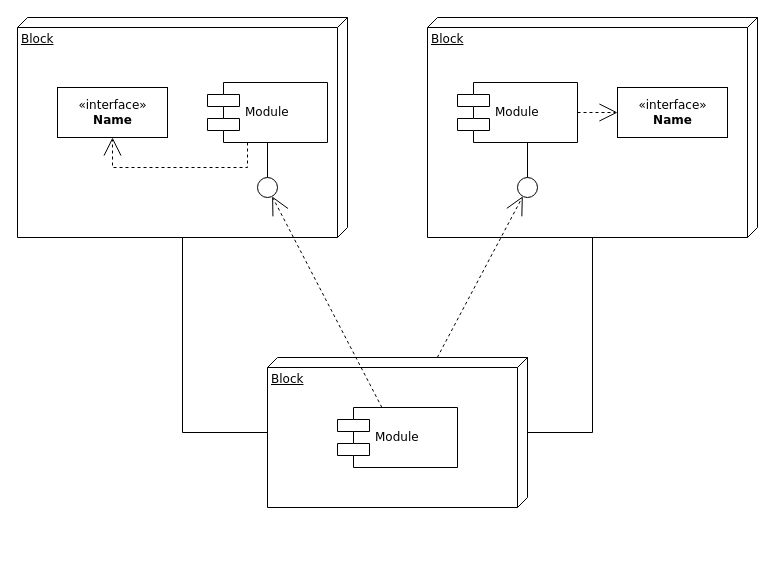
Before: Distribuidos.drawio in earojas06/propiedadhorizontalucc, a draw.io diagram. Source tidied: cells renumbered, new cells numbered last; positions are measured from the earlier drawing's top-left corner, leaving out a move shared by most shapes. Both pictures are drawn from the tidied source at 100%, with x=0, y=0 at pixel (17, 17).
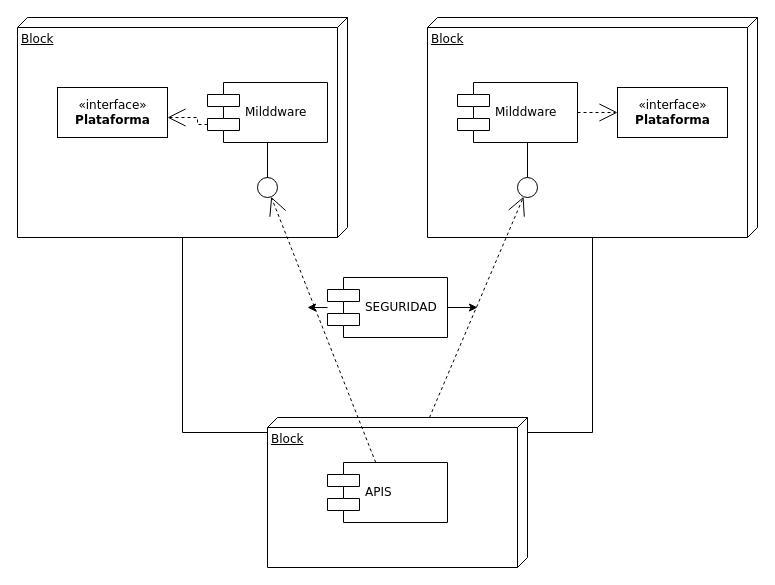
The same page after the edit.

The edit, as a diff of the source:
```diff
@@
     <mxCell id="4" value="Block" style="verticalAlign=top;align=left;spacingTop=8;spacingLeft=2;spacingRight=12;shape=cube;size=10;direction=south;fontStyle=4;html=1;rounded=0;shadow=0;comic=0;labelBackgroundColor=none;strokeWidth=1;fontFamily=Verdana;fontSize=12;" parent="1" vertex="1">
-      <mxGeometry x="250" y="340" width="260" height="150" as="geometry" />
+      <mxGeometry x="250" y="400" width="260" height="150" as="geometry" />
     </mxCell>
-    <mxCell id="5" value="&amp;laquo;interface&amp;raquo;&lt;br&gt;&lt;b&gt;Name&lt;/b&gt;" style="html=1;rounded=0;shadow=0;comic=0;labelBackgroundColor=none;strokeWidth=1;fontFamily=Verdana;fontSize=12;align=center;" parent="1" vertex="1">
+    <mxCell id="5" value="«interface»&lt;br&gt;&lt;b&gt;Plataforma&lt;/b&gt;" style="html=1;rounded=0;shadow=0;comic=0;labelBackgroundColor=none;strokeWidth=1;fontFamily=Verdana;fontSize=12;align=center;" parent="1" vertex="1">
       <mxGeometry x="40" y="70" width="110" height="50" as="geometry" />
     </mxCell>
-    <mxCell id="6" value="Module" style="shape=component;align=left;spacingLeft=36;rounded=0;shadow=0;comic=0;labelBackgroundColor=none;strokeWidth=1;fontFamily=Verdana;fontSize=12;html=1;" parent="1" vertex="1">
+    <mxCell id="6" value="Milddware" style="shape=component;align=left;spacingLeft=36;rounded=0;shadow=0;comic=0;labelBackgroundColor=none;strokeWidth=1;fontFamily=Verdana;fontSize=12;html=1;" parent="1" vertex="1">
       <mxGeometry x="190" y="65" width="120" height="60" as="geometry" />
     </mxCell>
@@
-    <mxCell id="8" value="Module" style="shape=component;align=left;spacingLeft=36;rounded=0;shadow=0;comic=0;labelBackgroundColor=none;strokeWidth=1;fontFamily=Verdana;fontSize=12;html=1;" parent="1" vertex="1">
+    <mxCell id="8" value="Milddware" style="shape=component;align=left;spacingLeft=36;rounded=0;shadow=0;comic=0;labelBackgroundColor=none;strokeWidth=1;fontFamily=Verdana;fontSize=12;html=1;" parent="1" vertex="1">
       <mxGeometry x="440" y="65" width="120" height="60" as="geometry" />
     </mxCell>
-    <mxCell id="9" value="&amp;laquo;interface&amp;raquo;&lt;br&gt;&lt;b&gt;Name&lt;/b&gt;" style="html=1;rounded=0;shadow=0;comic=0;labelBackgroundColor=none;strokeWidth=1;fontFamily=Verdana;fontSize=12;align=center;" parent="1" vertex="1">
+    <mxCell id="9" value="«interface»&lt;br&gt;&lt;b&gt;Plataforma&lt;/b&gt;" style="html=1;rounded=0;shadow=0;comic=0;labelBackgroundColor=none;strokeWidth=1;fontFamily=Verdana;fontSize=12;align=center;" parent="1" vertex="1">
       <mxGeometry x="600" y="70" width="110" height="50" as="geometry" />
     </mxCell>
@@
-    <mxCell id="11" value="Module" style="shape=component;align=left;spacingLeft=36;rounded=0;shadow=0;comic=0;labelBackgroundColor=none;strokeWidth=1;fontFamily=Verdana;fontSize=12;html=1;" parent="1" vertex="1">
-      <mxGeometry x="320" y="390" width="120" height="60" as="geometry" />
+    <mxCell id="11" value="APIS" style="shape=component;align=left;spacingLeft=36;rounded=0;shadow=0;comic=0;labelBackgroundColor=none;strokeWidth=1;fontFamily=Verdana;fontSize=12;html=1;" parent="1" vertex="1">
+      <mxGeometry x="310" y="445" width="120" height="60" as="geometry" />
     </mxCell>
@@
-    <mxCell id="16" style="edgeStyle=orthogonalEdgeStyle;rounded=0;html=1;labelBackgroundColor=none;startArrow=none;startFill=0;startSize=8;endArrow=open;endFill=0;endSize=16;fontFamily=Verdana;fontSize=12;dashed=1;" parent="1" edge="1" source="6" target="5">
+    <mxCell id="16" style="edgeStyle=orthogonalEdgeStyle;rounded=0;html=1;labelBackgroundColor=none;startArrow=none;startFill=0;startSize=8;endArrow=open;endFill=0;endSize=16;fontFamily=Verdana;fontSize=12;dashed=1;exitX=0;exitY=0.7;exitDx=0;exitDy=0;" parent="1" edge="1" source="6" target="5">
       <mxGeometry relative="1" as="geometry">
         <Array as="points">
-          <mxPoint x="230" y="150" />
-          <mxPoint x="95" y="150" />
+          <mxPoint x="180" y="107" />
+          <mxPoint x="180" y="100" />
         </Array>
       </mxGeometry>
     </mxCell>
@@
+    <mxCell id="20" style="edgeStyle=orthogonalEdgeStyle;rounded=0;jettySize=auto;html=1;exitX=1;exitY=0.5;exitDx=0;exitDy=0;" parent="1" edge="1" source="22">
+      <mxGeometry relative="1" as="geometry">
+        <mxPoint x="460" y="290" as="targetPoint" />
+      </mxGeometry>
+    </mxCell>
+    <mxCell id="21" style="edgeStyle=orthogonalEdgeStyle;rounded=0;jettySize=auto;html=1;" parent="1" edge="1" source="22">
+      <mxGeometry relative="1" as="geometry">
+        <mxPoint x="290" y="290" as="targetPoint" />
+      </mxGeometry>
+    </mxCell>
+    <mxCell id="22" value="SEGURIDAD" style="shape=component;align=left;spacingLeft=36;rounded=0;shadow=0;comic=0;labelBackgroundColor=none;strokeWidth=1;fontFamily=Verdana;fontSize=12;html=1;" parent="1" vertex="1">
+      <mxGeometry x="310" y="260" width="120" height="60" as="geometry" />
+    </mxCell>
```
